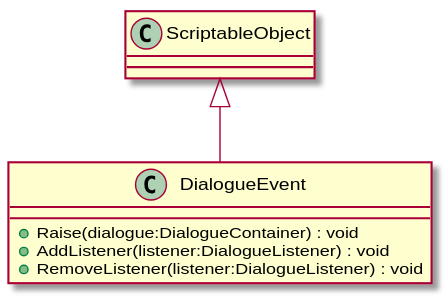
Earlier version of the PlantUML export UML/Dialogue/DialogueEvent.svg (robinsuurs/Mallow_Mysterie).
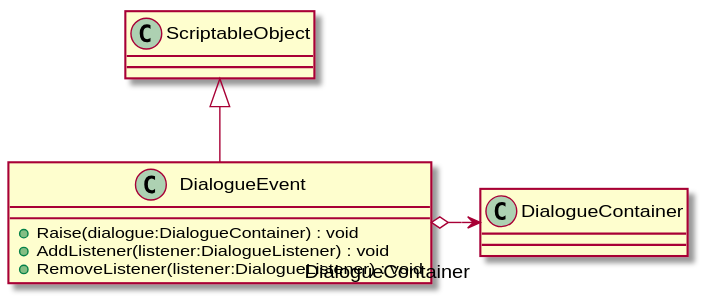
The same diagram one commit later.

The edit, as a diff of the source:
```diff
@@ -5,4 +5,5 @@
     + RemoveListener(listener:DialogueListener) : void
 }
 ScriptableObject <|-- DialogueEvent
+DialogueEvent o-> "DialogueContainer" DialogueContainer
 @enduml
```
